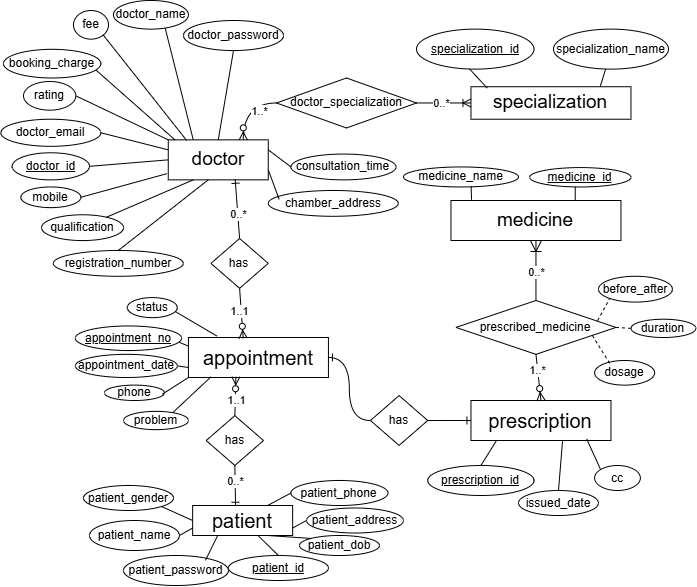
This is assets/ER_diagram_final.png from SaifulIslamReyad/PG_wamp, a draw.io export, as it was before one commit. Source tidied: cells renumbered, new cells last; positions are measured from the earlier drawing's top-left corner, leaving out a move shared by most shapes.
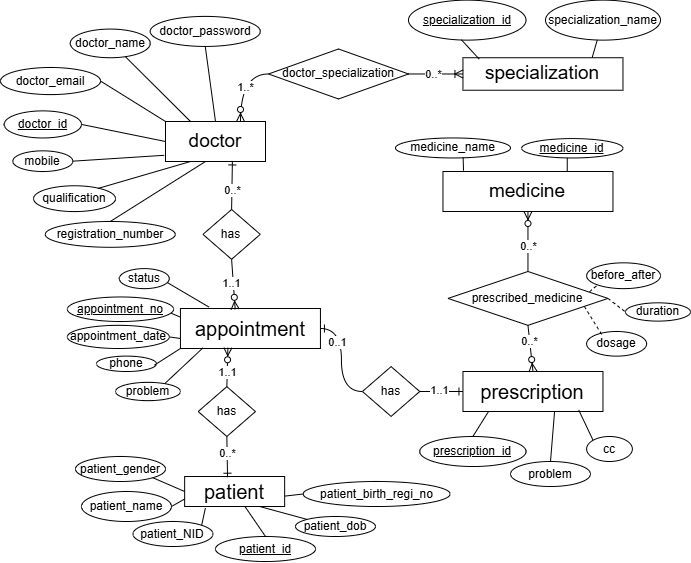
Above is the later version.

What changed in the source:
```diff
@@ -3,22 +3,22 @@
     <mxCell id="0" />
     <mxCell id="1" parent="0" />
     <mxCell id="2" value="&lt;font style=&quot;font-size: 19px;&quot;&gt;doctor&lt;/font&gt;" style="whiteSpace=wrap;html=1;align=center;" parent="1" vertex="1">
-      <mxGeometry x="167.8" y="139.4" width="100" height="40" as="geometry" />
+      <mxGeometry x="173" y="150" width="100" height="40" as="geometry" />
     </mxCell>
     <mxCell id="3" value="doctor_name" style="ellipse;whiteSpace=wrap;html=1;align=center;rotation=0;" parent="1" vertex="1">
-      <mxGeometry x="112.9" width="75" height="28.6" as="geometry" />
+      <mxGeometry x="77.8" y="57.6" width="80" height="28.6" as="geometry" />
     </mxCell>
     <mxCell id="4" value="doctor_email" style="ellipse;whiteSpace=wrap;html=1;align=center;rotation=0;" parent="1" vertex="1">
-      <mxGeometry x="0.3" y="118.7" width="100" height="27.1" as="geometry" />
+      <mxGeometry x="8" y="96" width="100" height="27.1" as="geometry" />
     </mxCell>
     <mxCell id="5" value="doctor_password" style="ellipse;whiteSpace=wrap;html=1;align=center;" parent="1" vertex="1">
-      <mxGeometry x="183" y="20" width="100" height="30" as="geometry" />
+      <mxGeometry x="157.8" y="44.9" width="110" height="30" as="geometry" />
     </mxCell>
     <mxCell id="6" value="doctor_id" style="ellipse;whiteSpace=wrap;html=1;align=center;fontStyle=4;rotation=0;" parent="1" vertex="1">
-      <mxGeometry x="11.6" y="152.3" width="77.3" height="27.1" as="geometry" />
+      <mxGeometry x="11.6" y="139.4" width="77.3" height="27.1" as="geometry" />
     </mxCell>
     <mxCell id="7" value="mobile" style="ellipse;whiteSpace=wrap;html=1;align=center;rotation=0;" parent="1" vertex="1">
-      <mxGeometry x="20.3" y="186.5" width="60" height="20.6" as="geometry" />
+      <mxGeometry x="20.3" y="179.4" width="60" height="20.6" as="geometry" />
     </mxCell>
     <mxCell id="8" value="qualification" style="ellipse;whiteSpace=wrap;html=1;align=center;rotation=0;" parent="1" vertex="1">
       <mxGeometry x="41.1" y="214.3" width="82" height="25.8" as="geometry" />
@@ -38,7 +38,7 @@
     <mxCell id="13" style="endArrow=none;html=1;rounded=0;exitX=0.25;exitY=0;exitDx=0;exitDy=0;entryX=0.69;entryY=0.966;entryDx=0;entryDy=0;entryPerimeter=0;" parent="1" edge="1" source="2" target="3">
       <mxGeometry relative="1" as="geometry" />
     </mxCell>
-    <mxCell id="14" style="endArrow=none;html=1;rounded=0;exitX=0;exitY=0.25;exitDx=0;exitDy=0;entryX=1;entryY=0.5;entryDx=0;entryDy=0;" parent="1" edge="1" source="2" target="4">
+    <mxCell id="14" style="endArrow=none;html=1;rounded=0;exitX=0;exitY=0;exitDx=0;exitDy=0;entryX=1;entryY=0.5;entryDx=0;entryDy=0;" parent="1" edge="1" source="2" target="4">
       <mxGeometry relative="1" as="geometry" />
     </mxCell>
     <mxCell id="15" style="endArrow=none;html=1;rounded=0;entryX=1;entryY=0.5;entryDx=0;entryDy=0;exitX=-0.013;exitY=0.845;exitDx=0;exitDy=0;exitPerimeter=0;" parent="1" edge="1" source="2" target="7">
@@ -51,10 +51,10 @@
       <mxGeometry x="594.1" y="360" width="60" height="24.6" as="geometry" />
     </mxCell>
     <mxCell id="18" value="before_after" style="ellipse;whiteSpace=wrap;html=1;align=center;rotation=0;" parent="1" vertex="1">
-      <mxGeometry x="598" y="275.8" width="73.9" height="25.8" as="geometry" />
+      <mxGeometry x="594.1" y="291.3" width="73.9" height="25.8" as="geometry" />
     </mxCell>
     <mxCell id="19" value="duration" style="ellipse;whiteSpace=wrap;html=1;align=center;rotation=0;" parent="1" vertex="1">
-      <mxGeometry x="630.5" y="318.7" width="64.9" height="18.3" as="geometry" />
+      <mxGeometry x="633" y="331.3" width="64.9" height="18.3" as="geometry" />
     </mxCell>
     <mxCell id="20" value="&lt;span style=&quot;font-size: 20px;&quot;&gt;prescription&lt;/span&gt;" style="whiteSpace=wrap;html=1;align=center;" parent="1" vertex="1">
       <mxGeometry x="470.5" y="400" width="140" height="40" as="geometry" />
@@ -62,7 +62,7 @@
     <mxCell id="21" value="prescription_id" style="ellipse;whiteSpace=wrap;html=1;align=center;fontStyle=4;" parent="1" vertex="1">
       <mxGeometry x="427.2" y="465" width="106.2" height="30" as="geometry" />
     </mxCell>
-    <mxCell id="22" value="issued_date" style="ellipse;whiteSpace=wrap;html=1;align=center;" parent="1" vertex="1">
+    <mxCell id="22" value="problem" style="ellipse;whiteSpace=wrap;html=1;align=center;" parent="1" vertex="1">
       <mxGeometry x="518" y="490" width="80" height="25" as="geometry" />
     </mxCell>
     <mxCell id="23" style="endArrow=none;html=1;rounded=0;exitX=0.5;exitY=0;exitDx=0;exitDy=0;entryX=0.181;entryY=1.008;entryDx=0;entryDy=0;entryPerimeter=0;" parent="1" edge="1" source="21" target="20">
@@ -75,8 +75,14 @@
       <mxGeometry x="192.1" y="505" width="100" height="30" as="geometry" />
     </mxCell>
     <mxCell id="26" value="patient_id" style="ellipse;whiteSpace=wrap;html=1;align=center;fontStyle=4;" parent="1" vertex="1">
-      <mxGeometry x="227.9" y="555" width="100" height="25" as="geometry" />
+      <mxGeometry x="223" y="565" width="100" height="25" as="geometry" />
     </mxCell>
+    <mxCell id="99" value="patient_birth_regi_no" style="ellipse;whiteSpace=wrap;html=1;align=center;" parent="1" vertex="1">
+      <mxGeometry x="310.7" y="510" width="146.9" height="25" as="geometry" />
+    </mxCell>
+    <mxCell id="100" value="patient_NID" style="ellipse;whiteSpace=wrap;html=1;align=center;" parent="1" vertex="1">
+      <mxGeometry x="140.5" y="550" width="80" height="25" as="geometry" />
+    </mxCell>
     <mxCell id="27" value="patient_name" style="ellipse;whiteSpace=wrap;html=1;align=center;" parent="1" vertex="1">
       <mxGeometry x="89" y="520" width="90" height="30" as="geometry" />
     </mxCell>
@@ -86,12 +92,18 @@
     <mxCell id="29" style="endArrow=none;html=1;rounded=0;exitX=1;exitY=0.5;exitDx=0;exitDy=0;entryX=0;entryY=0.75;entryDx=0;entryDy=0;" parent="1" edge="1" source="27" target="25">
       <mxGeometry relative="1" as="geometry" />
     </mxCell>
+    <mxCell id="101" style="endArrow=none;html=1;rounded=0;exitX=1;exitY=0;exitDx=0;exitDy=0;entryX=0.207;entryY=1.056;entryDx=0;entryDy=0;entryPerimeter=0;" parent="1" edge="1" source="100" target="25">
+      <mxGeometry relative="1" as="geometry" />
+    </mxCell>
     <mxCell id="30" style="endArrow=none;html=1;rounded=0;exitX=0.5;exitY=0;exitDx=0;exitDy=0;" parent="1" edge="1" source="26" target="25">
       <mxGeometry relative="1" as="geometry" />
     </mxCell>
     <mxCell id="31" style="endArrow=none;html=1;rounded=0;exitX=1;exitY=1;exitDx=0;exitDy=0;entryX=0;entryY=0.5;entryDx=0;entryDy=0;" parent="1" edge="1" source="28" target="25">
       <mxGeometry relative="1" as="geometry" />
     </mxCell>
+    <mxCell id="102" style="endArrow=none;html=1;rounded=0;exitX=0;exitY=0.5;exitDx=0;exitDy=0;entryX=1.003;entryY=0.653;entryDx=0;entryDy=0;entryPerimeter=0;" parent="1" edge="1" source="99" target="25">
+      <mxGeometry relative="1" as="geometry" />
+    </mxCell>
     <mxCell id="32" value="&lt;font style=&quot;font-size: 19px;&quot;&gt;specialization&lt;/font&gt;" style="whiteSpace=wrap;html=1;align=center;" parent="1" vertex="1">
       <mxGeometry x="470.5" y="86.2" width="160" height="32.5" as="geometry" />
     </mxCell>
@@ -126,7 +138,7 @@
       <mxGeometry x="276" y="77.5" width="140" height="50" as="geometry" />
     </mxCell>
     <mxCell id="43" value="patient_dob" style="ellipse;whiteSpace=wrap;html=1;align=center;" parent="1" vertex="1">
-      <mxGeometry x="299" y="535" width="80" height="20" as="geometry" />
+      <mxGeometry x="303" y="545" width="80" height="20" as="geometry" />
     </mxCell>
     <mxCell id="44" style="endArrow=none;html=1;rounded=0;exitX=0;exitY=0;exitDx=0;exitDy=0;entryX=0.75;entryY=1;entryDx=0;entryDy=0;" parent="1" edge="1" source="43" target="25">
       <mxGeometry relative="1" as="geometry" />
@@ -134,12 +146,6 @@
     <mxCell id="45" value="prescribed_medicine" style="shape=rhombus;perimeter=rhombusPerimeter;whiteSpace=wrap;html=1;align=center;flipH=0;flipV=0;" parent="1" vertex="1">
       <mxGeometry x="455.5" y="300" width="160" height="53.9" as="geometry" />
     </mxCell>
-    <mxCell id="46" style="fontSize=12;html=1;endArrow=ERoneToMany;rounded=0;endSize=9;exitX=0.5;exitY=0;exitDx=0;exitDy=0;entryX=0.5;entryY=1;entryDx=0;entryDy=0;" parent="1" edge="1" source="45" target="37">
-      <mxGeometry relative="1" as="geometry" />
-    </mxCell>
-    <mxCell id="47" value="0..*" style="edgeLabel;html=1;align=center;verticalAlign=middle;" parent="46" vertex="1">
-      <mxGeometry x="-0.05" relative="1" as="geometry" />
-    </mxCell>
     <mxCell id="48" style="endArrow=none;dashed=1;html=1;rounded=0;exitX=0.885;exitY=0.376;exitDx=0;exitDy=0;entryX=0;entryY=1;entryDx=0;entryDy=0;exitPerimeter=0;" parent="1" edge="1" source="45" target="18">
       <mxGeometry relative="1" as="geometry" />
     </mxCell>
@@ -219,9 +225,7 @@
       <mxGeometry relative="1" as="geometry" />
     </mxCell>
     <mxCell id="74" value="1..*" style="edgeLabel;html=1;align=center;verticalAlign=middle;" parent="73" vertex="1">
-      <mxGeometry x="0.09" y="5" relative="1" as="geometry">
-        <mxPoint x="10" y="2" as="offset" />
-      </mxGeometry>
+      <mxGeometry x="0.09" y="5" relative="1" as="geometry" />
     </mxCell>
     <mxCell id="75" style="fontSize=12;html=1;endArrow=ERzeroToMany;endFill=1;rounded=0;entryX=0.339;entryY=0.982;entryDx=0;entryDy=0;entryPerimeter=0;exitX=0.5;exitY=0;exitDx=0;exitDy=0;" parent="1" edge="1" source="61" target="57">
       <mxGeometry relative="1" as="geometry" />
@@ -240,64 +244,30 @@
     <mxCell id="79" style="edgeStyle=orthogonalEdgeStyle;fontSize=12;html=1;endArrow=ERone;endFill=1;rounded=0;entryX=1;entryY=0.5;entryDx=0;entryDy=0;exitX=0;exitY=0.5;exitDx=0;exitDy=0;curved=1;" parent="1" edge="1" source="60" target="57">
       <mxGeometry relative="1" as="geometry" />
     </mxCell>
+    <mxCell id="103" value="0..1" style="edgeLabel;html=1;align=center;verticalAlign=middle;" parent="79" vertex="1">
+      <mxGeometry x="0.34" y="4" relative="1" as="geometry" />
+    </mxCell>
     <mxCell id="80" style="edgeStyle=orthogonalEdgeStyle;fontSize=12;html=1;endArrow=ERone;endFill=1;rounded=0;entryX=0;entryY=0.5;entryDx=0;entryDy=0;exitX=1;exitY=0.5;exitDx=0;exitDy=0;curved=1;" parent="1" edge="1" source="60" target="20">
       <mxGeometry relative="1" as="geometry" />
     </mxCell>
+    <mxCell id="104" value="1..1" style="edgeLabel;html=1;align=center;verticalAlign=middle;" parent="80" vertex="1">
+      <mxGeometry x="-0.12" y="1" relative="1" as="geometry" />
+    </mxCell>
     <mxCell id="81" style="fontSize=12;html=1;endArrow=ERzeroToMany;endFill=1;rounded=0;entryX=0.5;entryY=0;entryDx=0;entryDy=0;exitX=0.5;exitY=1;exitDx=0;exitDy=0;" parent="1" edge="1" source="45" target="20">
       <mxGeometry relative="1" as="geometry" />
     </mxCell>
-    <mxCell id="82" value="1..*" style="edgeLabel;html=1;align=center;verticalAlign=middle;" parent="81" vertex="1">
+    <mxCell id="82" value="0..*" style="edgeLabel;html=1;align=center;verticalAlign=middle;" parent="81" vertex="1">
       <mxGeometry x="-0.07" y="-2" relative="1" as="geometry">
         <mxPoint x="1" y="-6" as="offset" />
       </mxGeometry>
     </mxCell>
-    <mxCell id="83" value="patient_address" style="ellipse;whiteSpace=wrap;html=1;align=center;" parent="1" vertex="1">
-      <mxGeometry x="306" y="507.5" width="97" height="25" as="geometry" />
-    </mxCell>
-    <mxCell id="84" value="chamber_address" style="ellipse;whiteSpace=wrap;html=1;align=center;rotation=0;" parent="1" vertex="1">
-      <mxGeometry x="267.8" y="190" width="130" height="25.8" as="geometry" />
-    </mxCell>
-    <mxCell id="85" value="consultation_time" style="ellipse;whiteSpace=wrap;html=1;align=center;rotation=0;" parent="1" vertex="1">
-      <mxGeometry x="290.5" y="153.6" width="105" height="25.8" as="geometry" />
-    </mxCell>
-    <mxCell id="86" value="fee" style="ellipse;whiteSpace=wrap;html=1;align=center;rotation=0;" parent="1" vertex="1">
-      <mxGeometry x="73" y="10" width="35" height="28.6" as="geometry" />
-    </mxCell>
-    <mxCell id="87" value="booking_charge" style="ellipse;whiteSpace=wrap;html=1;align=center;rotation=0;" parent="1" vertex="1">
-      <mxGeometry x="3" y="48.8" width="97.3" height="28.6" as="geometry" />
-    </mxCell>
-    <mxCell id="88" value="rating" style="ellipse;whiteSpace=wrap;html=1;align=center;rotation=0;" parent="1" vertex="1">
-      <mxGeometry x="23" y="81" width="52.3" height="28.6" as="geometry" />
-    </mxCell>
-    <mxCell id="89" style="endArrow=none;html=1;rounded=0;entryX=1;entryY=1;entryDx=0;entryDy=0;exitX=0.184;exitY=0.015;exitDx=0;exitDy=0;exitPerimeter=0;" parent="1" edge="1" source="2" target="86">
-      <mxGeometry relative="1" as="geometry" />
-    </mxCell>
-    <mxCell id="90" style="endArrow=none;html=1;rounded=0;entryX=0.954;entryY=0.734;entryDx=0;entryDy=0;entryPerimeter=0;exitX=0.067;exitY=0.001;exitDx=0;exitDy=0;exitPerimeter=0;" parent="1" edge="1" source="2" target="87">
-      <mxGeometry relative="1" as="geometry" />
-    </mxCell>
-    <mxCell id="91" style="endArrow=none;html=1;rounded=0;entryX=1;entryY=0.5;entryDx=0;entryDy=0;exitX=0;exitY=0;exitDx=0;exitDy=0;" parent="1" edge="1" source="2" target="88">
-      <mxGeometry relative="1" as="geometry" />
-    </mxCell>
-    <mxCell id="92" style="endArrow=none;html=1;rounded=0;exitX=0;exitY=0.5;exitDx=0;exitDy=0;entryX=1;entryY=0.75;entryDx=0;entryDy=0;" parent="1" edge="1" source="83" target="25">
-      <mxGeometry relative="1" as="geometry" />
-    </mxCell>
-    <mxCell id="93" value="patient_phone" style="ellipse;whiteSpace=wrap;html=1;align=center;" parent="1" vertex="1">
-      <mxGeometry x="290.5" y="480" width="97" height="25" as="geometry" />
-    </mxCell>
-    <mxCell id="94" style="endArrow=none;html=1;rounded=0;exitX=0;exitY=0.5;exitDx=0;exitDy=0;entryX=0.75;entryY=0;entryDx=0;entryDy=0;" parent="1" edge="1" source="93" target="25">
-      <mxGeometry relative="1" as="geometry" />
-    </mxCell>
-    <mxCell id="95" value="patient_password" style="ellipse;whiteSpace=wrap;html=1;align=center;" parent="1" vertex="1">
-      <mxGeometry x="123" y="555" width="104.9" height="30" as="geometry" />
-    </mxCell>
-    <mxCell id="96" style="endArrow=none;html=1;rounded=0;exitX=0.781;exitY=0.162;exitDx=0;exitDy=0;exitPerimeter=0;entryX=0.25;entryY=1;entryDx=0;entryDy=0;" parent="1" edge="1" source="95" target="25">
-      <mxGeometry relative="1" as="geometry" />
-    </mxCell>
-    <mxCell id="97" style="endArrow=none;html=1;rounded=0;entryX=0;entryY=0.5;entryDx=0;entryDy=0;exitX=1;exitY=0.25;exitDx=0;exitDy=0;" parent="1" edge="1" source="2" target="85">
-      <mxGeometry relative="1" as="geometry" />
-    </mxCell>
-    <mxCell id="98" style="endArrow=none;html=1;rounded=0;entryX=0.084;entryY=0.342;entryDx=0;entryDy=0;entryPerimeter=0;exitX=1;exitY=0.75;exitDx=0;exitDy=0;" parent="1" edge="1" source="2" target="84">
-      <mxGeometry relative="1" as="geometry" />
-    </mxCell>
+    <mxCell id="46" style="fontSize=12;html=1;endArrow=ERzeroToMany;endFill=1;rounded=0;entryX=0.5;entryY=1;entryDx=0;entryDy=0;exitX=0.5;exitY=0;exitDx=0;exitDy=0;" parent="1" edge="1" source="45" target="37">
+      <mxGeometry relative="1" as="geometry" />
+    </mxCell>
+    <mxCell id="47" value="0..*" style="edgeLabel;html=1;align=center;verticalAlign=middle;" parent="46" vertex="1">
+      <mxGeometry x="-0.07" y="-2" relative="1" as="geometry">
+        <mxPoint x="-2" y="3" as="offset" />
+      </mxGeometry>
+    </mxCell>
   </root>
 </mxGraphModel>
```
